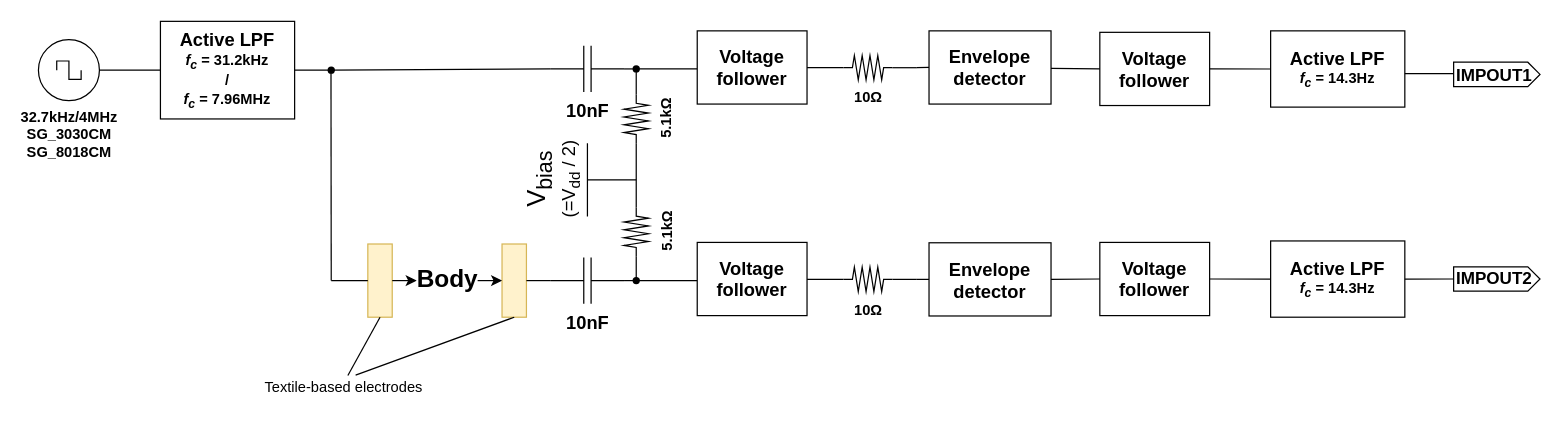
10matcho27/drawio_figure keeps this draw.io diagram as forIEEE Sensors.drawio. Above is the earlier version. Source tidied: cells renumbered, new cells numbered last; positions are measured from the earlier drawing's top-left corner, leaving out a move shared by most shapes. Both pictures are drawn from the tidied source at 122%, with x=0, y=0 at pixel (38, 21). Pictures stored in the file or linked from it are replaced by grey dashed boxes.
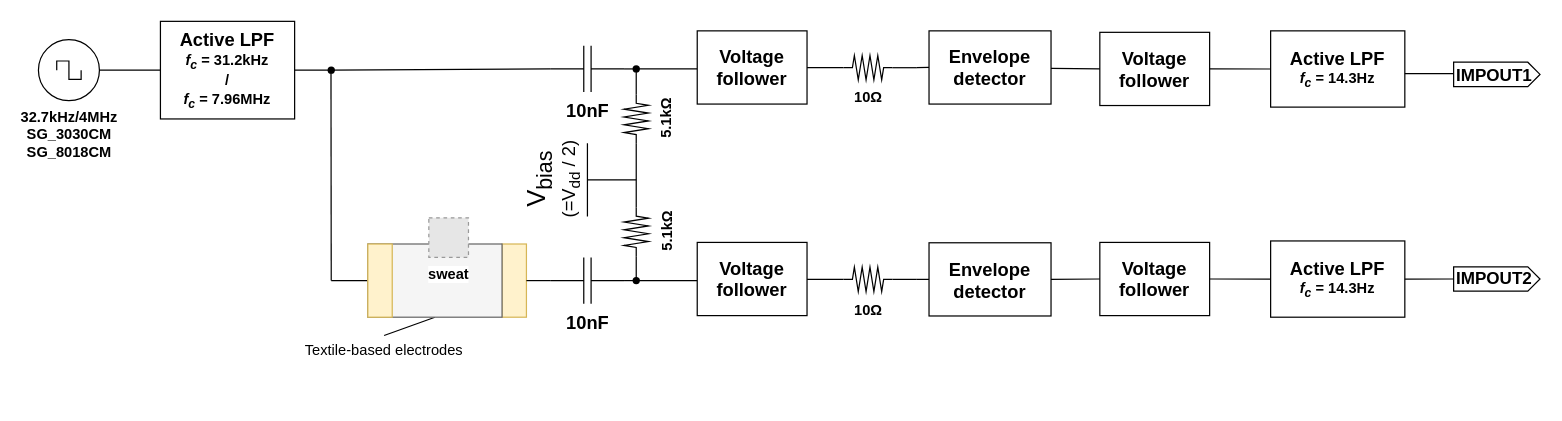
After the change.

The change refers to these unchanged cells:
```xml
<mxCell id="11" style="whiteSpace=wrap;html=1;fontSize=15;fillColor=#fff2cc;strokeColor=#d6b656;" parent="1" vertex="1">
  <mxGeometry x="380" y="182.5" width="20" height="60" as="geometry" />
</mxCell>
```

Change to the diagram source:
```diff
@@
-    <mxCell id="2" value="&lt;div style=&quot;font-size: 20px&quot;&gt;&lt;font style=&quot;font-size: 20px&quot;&gt;&lt;b&gt;Body&lt;/b&gt;&lt;/font&gt;&lt;/div&gt;" style="text;html=1;align=center;verticalAlign=middle;strokeColor=none;fillColor=none;fontSize=15;" parent="1" vertex="1">
-      <mxGeometry x="300" y="200" width="70" height="20" as="geometry" />
-    </mxCell>
@@
-    <mxCell id="10" style="whiteSpace=wrap;html=1;fontSize=15;fillColor=#fff2cc;strokeColor=#d6b656;" parent="1" vertex="1">
-      <mxGeometry x="270" y="182.5" width="20" height="60" as="geometry" />
-    </mxCell>
@@
-    <mxCell id="12" style="endArrow=none;html=1;rounded=0;fontSize=15;entryX=0;entryY=0.5;entryDx=0;entryDy=0;startArrow=none;" parent="1" edge="1" target="10">
+    <mxCell id="12" style="endArrow=none;html=1;rounded=0;fontSize=15;entryX=0;entryY=0.5;entryDx=0;entryDy=0;startArrow=none;" parent="1" edge="1">
       <mxGeometry relative="1" as="geometry">
         <mxPoint x="240" y="212.5" as="sourcePoint" />
+        <mxPoint x="270" y="212.5" as="targetPoint" />
       </mxGeometry>
     </mxCell>
@@
-    <mxCell id="16" style="endArrow=classic;html=1;rounded=0;fontSize=24;exitX=1;exitY=0.5;exitDx=0;exitDy=0;" parent="1" edge="1" source="10">
+    <mxCell id="16" style="endArrow=classic;html=1;rounded=0;fontSize=24;exitX=1;exitY=0.5;exitDx=0;exitDy=0;" parent="1" edge="1">
       <mxGeometry relative="1" as="geometry">
+        <mxPoint x="290" y="212.5" as="sourcePoint" />
         <mxPoint x="310" y="212.5" as="targetPoint" />
       </mxGeometry>
     </mxCell>
@@
-    <mxCell id="54" style="endArrow=none;html=1;rounded=0;exitX=0.526;exitY=0.017;exitDx=0;exitDy=0;exitPerimeter=0;" parent="1" edge="1" source="56">
-      <mxGeometry relative="1" as="geometry">
-        <mxPoint x="280" y="242.5" as="targetPoint" />
-      </mxGeometry>
-    </mxCell>
-    <mxCell id="55" style="endArrow=none;html=1;rounded=0;entryX=0.5;entryY=1;entryDx=0;entryDy=0;" parent="1" edge="1" target="11">
-      <mxGeometry relative="1" as="geometry">
-        <mxPoint x="260" y="290" as="sourcePoint" />
-      </mxGeometry>
+    <mxCell id="55" style="endArrow=none;html=1;rounded=0;entryX=0.5;entryY=1;entryDx=0;entryDy=0;exitX=0.506;exitY=-0.125;exitDx=0;exitDy=0;exitPerimeter=0;" parent="1" edge="1" source="56" target="57">
+      <mxGeometry relative="1" as="geometry" />
     </mxCell>
     <mxCell id="56" value="&lt;div&gt;Textile-based electrodes&lt;/div&gt;" style="text;html=1;align=center;verticalAlign=middle;points=[];strokeColor=none;fillColor=none;" parent="1" vertex="1">
-      <mxGeometry x="180" y="290" width="140" height="20" as="geometry" />
+      <mxGeometry x="212.5" y="260" width="140" height="20" as="geometry" />
     </mxCell>
+    <mxCell id="57" style="whiteSpace=wrap;html=1;fontSize=15;fillColor=#f5f5f5;strokeColor=#666666;fontColor=#333333;" parent="1" vertex="1">
+      <mxGeometry x="270" y="182.5" width="110" height="60" as="geometry" />
+    </mxCell>
+    <mxCell id="10" style="whiteSpace=wrap;html=1;fontSize=15;fillColor=#fff2cc;strokeColor=#d6b656;" parent="1" vertex="1">
+      <mxGeometry x="270" y="182.5" width="20" height="60" as="geometry" />
+    </mxCell>
+    <mxCell id="58" value="&lt;b&gt;sweat&lt;/b&gt;" style="fillColor=#E6E6E6;strokeColor=#999999;dashed=1;html=1;verticalAlign=top;verticalLabelPosition=bottom;labelBackgroundColor=#ffffff;" parent="1" vertex="1">
+      <mxGeometry x="320" y="161" width="32.5" height="32.5" as="geometry" />
+    </mxCell>
```
